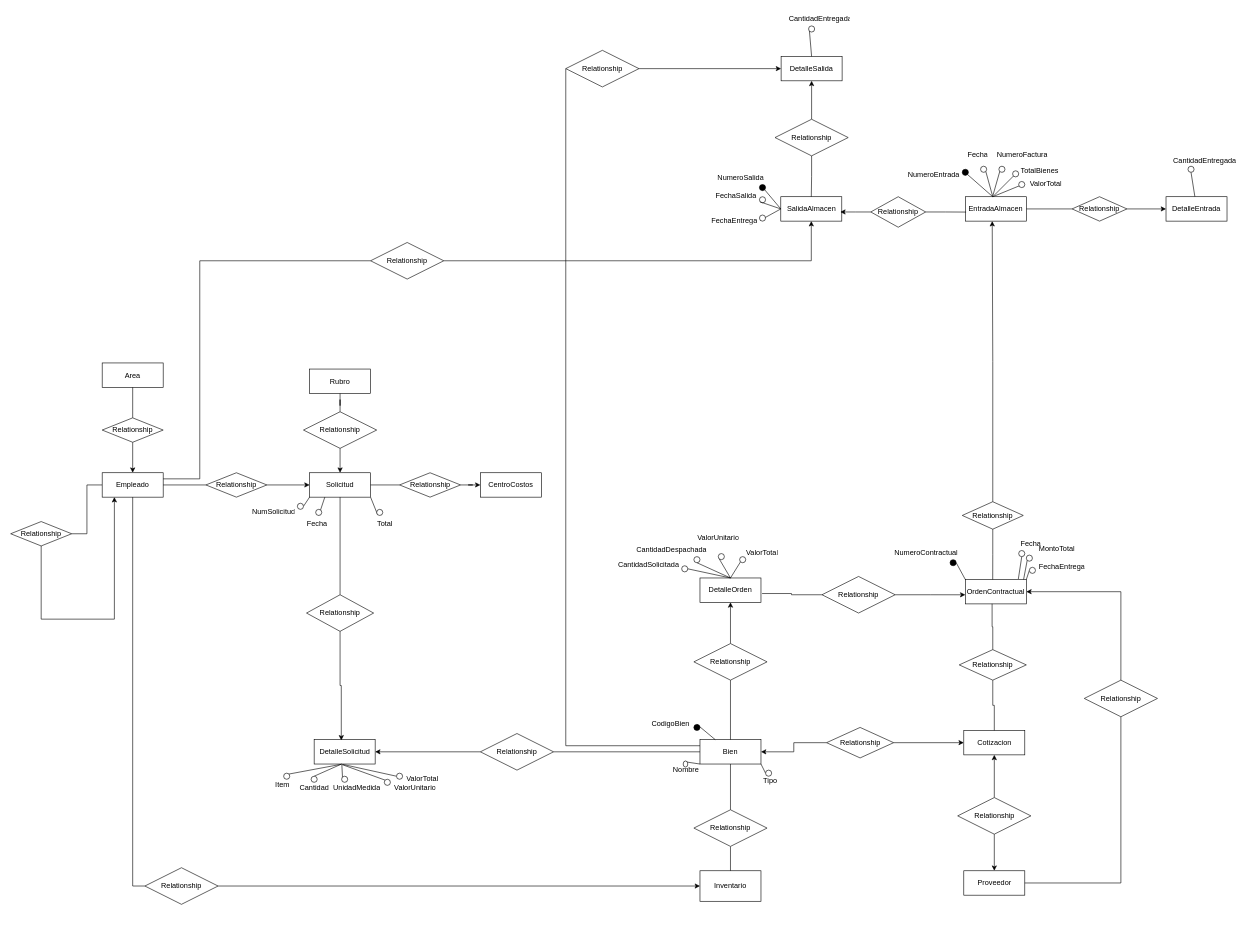
The draw.io diagram MER-SEMANA5/Ejercicio6-MER.drawio in Jose-An608/BASE_DATOS_1, before the edit. Source tidied: cells renumbered, new cells numbered last; positions are measured from the earlier drawing's top-left corner, leaving out a move shared by most shapes. Both pictures are drawn from the tidied source at 61%, with x=0, y=0 at pixel (10, 10).
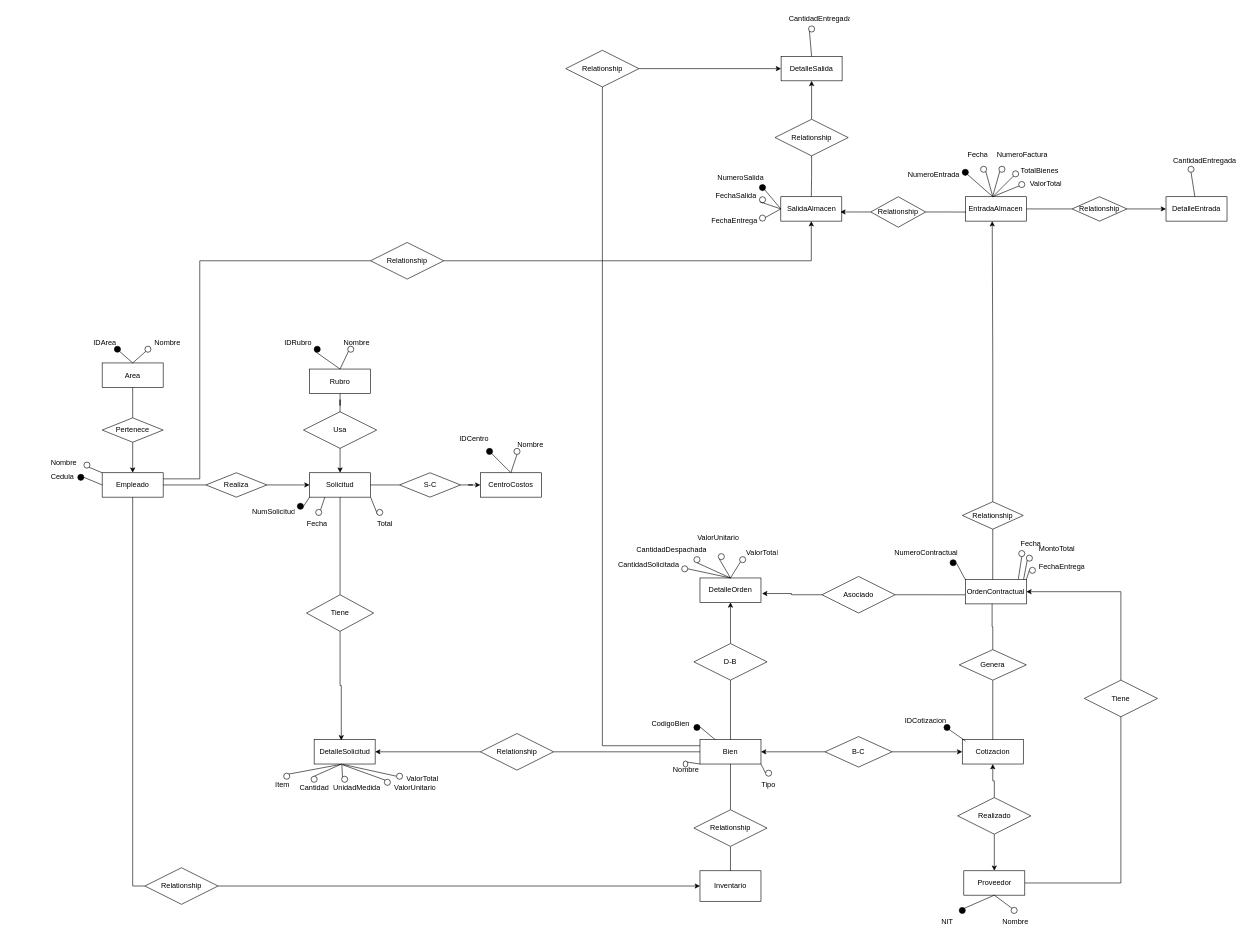
The same page after the edit.

The change refers to these unchanged cells:
```xml
<mxCell id="2" value="Area" style="whiteSpace=wrap;html=1;align=center;" parent="1" vertex="1">
  <mxGeometry x="150" y="577.5" width="100" height="40" as="geometry" />
</mxCell>
<mxCell id="4" value="Rubro" style="whiteSpace=wrap;html=1;align=center;" parent="1" vertex="1">
  <mxGeometry x="490" y="587.5" width="100" height="40" as="geometry" />
</mxCell>
<mxCell id="7" value="Empleado" style="whiteSpace=wrap;html=1;align=center;" parent="1" vertex="1">
  <mxGeometry x="150" y="757.5" width="100" height="40" as="geometry" />
</mxCell>
<mxCell id="8" value="CentroCostos" style="whiteSpace=wrap;html=1;align=center;" parent="1" vertex="1">
  <mxGeometry x="770" y="757.5" width="100" height="40" as="geometry" />
</mxCell>
<mxCell id="10" value="Bien" style="whiteSpace=wrap;html=1;align=center;" parent="1" vertex="1">
  <mxGeometry x="1130" y="1195" width="100" height="40" as="geometry" />
</mxCell>
<mxCell id="11" value="Proveedor" style="whiteSpace=wrap;html=1;align=center;" parent="1" vertex="1">
  <mxGeometry x="1562.5" y="1410" width="100" height="40" as="geometry" />
</mxCell>
<mxCell id="13" value="OrdenContractual" style="whiteSpace=wrap;html=1;align=center;" parent="1" vertex="1">
  <mxGeometry x="1565" y="932.5" width="100" height="40" as="geometry" />
</mxCell>
<mxCell id="56" style="ellipse;whiteSpace=wrap;html=1;align=center;direction=south;fillColor=#000000;" parent="1" vertex="1">
  <mxGeometry x="1120" y="1170" width="10" height="10" as="geometry" />
</mxCell>
<mxCell id="76" value="DetalleOrden" style="whiteSpace=wrap;html=1;align=center;" parent="1" vertex="1">
  <mxGeometry x="1130" y="930" width="100" height="40" as="geometry" />
</mxCell>
<mxCell id="157" value="Relationship" style="shape=rhombus;perimeter=rhombusPerimeter;whiteSpace=wrap;html=1;align=center;" parent="1" vertex="1">
  <mxGeometry x="910" y="65" width="120" height="60" as="geometry" />
</mxCell>
```

What changed in the source:
```diff
@@
-    <mxCell id="6" style="edgeStyle=orthogonalEdgeStyle;rounded=0;jettySize=auto;html=1;entryX=1;entryY=0.5;entryDx=0;entryDy=0;endArrow=none;endFill=0;" parent="1" edge="1" source="7" target="21">
-      <mxGeometry relative="1" as="geometry" />
-    </mxCell>
@@
     <mxCell id="12" value="Cotizacion" style="whiteSpace=wrap;html=1;align=center;" parent="1" vertex="1">
-      <mxGeometry x="1562.5" y="1180" width="100" height="40" as="geometry" />
+      <mxGeometry x="1560" y="1195" width="100" height="40" as="geometry" />
     </mxCell>
@@
-    <mxCell id="16" value="Relationship" style="shape=rhombus;perimeter=rhombusPerimeter;whiteSpace=wrap;html=1;align=center;" parent="1" vertex="1">
+    <mxCell id="16" value="Realiza" style="shape=rhombus;perimeter=rhombusPerimeter;whiteSpace=wrap;html=1;align=center;" parent="1" vertex="1">
       <mxGeometry x="320" y="757.5" width="100" height="40" as="geometry" />
     </mxCell>
@@
-    <mxCell id="19" value="Relationship" style="shape=rhombus;perimeter=rhombusPerimeter;whiteSpace=wrap;html=1;align=center;" parent="1" vertex="1">
+    <mxCell id="19" value="Pertenece" style="shape=rhombus;perimeter=rhombusPerimeter;whiteSpace=wrap;html=1;align=center;" parent="1" vertex="1">
       <mxGeometry x="150" y="667.5" width="100" height="40" as="geometry" />
     </mxCell>
-    <mxCell id="20" style="edgeStyle=orthogonalEdgeStyle;rounded=0;jettySize=auto;html=1;entryX=0.2;entryY=1;entryDx=0;entryDy=0;entryPerimeter=0;" parent="1" edge="1" source="21" target="7">
-      <mxGeometry relative="1" as="geometry">
-        <Array as="points">
-          <mxPoint x="50" y="997.5" />
-          <mxPoint x="170" y="997.5" />
-        </Array>
-      </mxGeometry>
-    </mxCell>
-    <mxCell id="21" value="Relationship" style="shape=rhombus;perimeter=rhombusPerimeter;whiteSpace=wrap;html=1;align=center;" parent="1" vertex="1">
-      <mxGeometry y="837.5" width="100" height="40" as="geometry" />
-    </mxCell>
@@
-    <mxCell id="24" value="Relationship" style="shape=rhombus;perimeter=rhombusPerimeter;whiteSpace=wrap;html=1;align=center;" parent="1" vertex="1">
+    <mxCell id="24" value="S-C" style="shape=rhombus;perimeter=rhombusPerimeter;whiteSpace=wrap;html=1;align=center;" parent="1" vertex="1">
       <mxGeometry x="637.5" y="757.5" width="100" height="40" as="geometry" />
     </mxCell>
@@
-    <mxCell id="28" style="ellipse;whiteSpace=wrap;html=1;align=center;" parent="1" vertex="1">
+    <mxCell id="28" style="ellipse;whiteSpace=wrap;html=1;align=center;fillColor=#000000;" parent="1" vertex="1">
       <mxGeometry x="470" y="807.5" width="10" height="10" as="geometry" />
     </mxCell>
@@
-    <mxCell id="35" value="Relationship" style="shape=rhombus;perimeter=rhombusPerimeter;whiteSpace=wrap;html=1;align=center;" parent="1" vertex="1">
+    <mxCell id="35" value="Tiene" style="shape=rhombus;perimeter=rhombusPerimeter;whiteSpace=wrap;html=1;align=center;" parent="1" vertex="1">
       <mxGeometry x="485" y="957.5" width="110" height="60" as="geometry" />
     </mxCell>
@@
     <mxCell id="63" value="Tipo" style="text;strokeColor=none;fillColor=none;spacingLeft=4;spacingRight=4;overflow=hidden;fontSize=12;whiteSpace=wrap;html=1;" parent="1" vertex="1">
-      <mxGeometry x="1227.5" y="1247.5" width="35" height="30" as="geometry" />
+      <mxGeometry x="1225" y="1255" width="35" height="30" as="geometry" />
     </mxCell>
@@
-    <mxCell id="66" value="Relationship" style="shape=rhombus;perimeter=rhombusPerimeter;whiteSpace=wrap;html=1;align=center;" parent="1" vertex="1">
+    <mxCell id="66" value="Usa" style="shape=rhombus;perimeter=rhombusPerimeter;whiteSpace=wrap;html=1;align=center;" parent="1" vertex="1">
       <mxGeometry x="480" y="657.5" width="120" height="60" as="geometry" />
     </mxCell>
@@
-    <mxCell id="69" value="Relationship" style="shape=rhombus;perimeter=rhombusPerimeter;whiteSpace=wrap;html=1;align=center;" parent="1" vertex="1">
+    <mxCell id="69" value="Realizado" style="shape=rhombus;perimeter=rhombusPerimeter;whiteSpace=wrap;html=1;align=center;" parent="1" vertex="1">
       <mxGeometry x="1552.5" y="1290" width="120" height="60" as="geometry" />
     </mxCell>
@@
-    <mxCell id="72" value="Relationship" style="shape=rhombus;perimeter=rhombusPerimeter;whiteSpace=wrap;html=1;align=center;" parent="1" vertex="1">
-      <mxGeometry x="1337.5" y="1175" width="110" height="50" as="geometry" />
+    <mxCell id="72" value="B-C" style="shape=rhombus;perimeter=rhombusPerimeter;whiteSpace=wrap;html=1;align=center;" parent="1" vertex="1">
+      <mxGeometry x="1335" y="1190" width="110" height="50" as="geometry" />
     </mxCell>
@@
-    <mxCell id="74" value="Relationship" style="shape=rhombus;perimeter=rhombusPerimeter;whiteSpace=wrap;html=1;align=center;" parent="1" vertex="1">
+    <mxCell id="74" value="Genera" style="shape=rhombus;perimeter=rhombusPerimeter;whiteSpace=wrap;html=1;align=center;" parent="1" vertex="1">
       <mxGeometry x="1555" y="1047.5" width="110" height="50" as="geometry" />
     </mxCell>
@@
-    <mxCell id="91" value="Relationship" style="shape=rhombus;perimeter=rhombusPerimeter;whiteSpace=wrap;html=1;align=center;" parent="1" vertex="1">
+    <mxCell id="91" value="D-B" style="shape=rhombus;perimeter=rhombusPerimeter;whiteSpace=wrap;html=1;align=center;" parent="1" vertex="1">
       <mxGeometry x="1120" y="1037.5" width="120" height="60" as="geometry" />
     </mxCell>
-    <mxCell id="92" value="Relationship" style="shape=rhombus;perimeter=rhombusPerimeter;whiteSpace=wrap;html=1;align=center;" parent="1" vertex="1">
+    <mxCell id="92" value="Asociado" style="shape=rhombus;perimeter=rhombusPerimeter;whiteSpace=wrap;html=1;align=center;" parent="1" vertex="1">
       <mxGeometry x="1330" y="927.5" width="120" height="60" as="geometry" />
     </mxCell>
-    <mxCell id="93" style="edgeStyle=orthogonalEdgeStyle;rounded=0;jettySize=auto;html=1;entryX=0;entryY=0.627;entryDx=0;entryDy=0;entryPerimeter=0;" parent="1" edge="1" source="92" target="13">
+    <mxCell id="93" style="edgeStyle=orthogonalEdgeStyle;rounded=0;jettySize=auto;html=1;entryX=0;entryY=0.627;entryDx=0;entryDy=0;entryPerimeter=0;endArrow=none;endFill=0;" parent="1" edge="1" source="92" target="13">
       <mxGeometry relative="1" as="geometry" />
     </mxCell>
-    <mxCell id="94" style="edgeStyle=orthogonalEdgeStyle;rounded=0;jettySize=auto;html=1;entryX=1.018;entryY=0.637;entryDx=0;entryDy=0;entryPerimeter=0;endArrow=none;endFill=0;" parent="1" edge="1" source="92" target="76">
+    <mxCell id="94" style="edgeStyle=orthogonalEdgeStyle;rounded=0;jettySize=auto;html=1;entryX=1.018;entryY=0.637;entryDx=0;entryDy=0;entryPerimeter=0;endArrow=classic;endFill=1;" parent="1" edge="1" source="92" target="76">
       <mxGeometry relative="1" as="geometry" />
     </mxCell>
@@
-    <mxCell id="109" value="Relationship" style="shape=rhombus;perimeter=rhombusPerimeter;whiteSpace=wrap;html=1;align=center;" parent="1" vertex="1">
+    <mxCell id="109" value="Tiene" style="shape=rhombus;perimeter=rhombusPerimeter;whiteSpace=wrap;html=1;align=center;" parent="1" vertex="1">
       <mxGeometry x="1760" y="1097.5" width="120" height="60" as="geometry" />
     </mxCell>
@@
     <mxCell id="155" style="edgeStyle=orthogonalEdgeStyle;rounded=0;jettySize=auto;html=1;entryX=0;entryY=0.25;entryDx=0;entryDy=0;endArrow=none;endFill=0;" parent="1" edge="1" source="157" target="10">
       <mxGeometry relative="1" as="geometry">
         <Array as="points">
-          <mxPoint x="910" y="1205" />
+          <mxPoint x="970" y="1205" />
         </Array>
       </mxGeometry>
     </mxCell>
@@
+    <mxCell id="168" style="endArrow=none;html=1;rounded=0;entryX=0.5;entryY=0;entryDx=0;entryDy=0;exitX=1;exitY=1;exitDx=0;exitDy=0;" parent="1" edge="1" source="169" target="2">
+      <mxGeometry relative="1" as="geometry" />
+    </mxCell>
+    <mxCell id="169" style="ellipse;whiteSpace=wrap;html=1;align=center;fillColor=#000000;" parent="1" vertex="1">
+      <mxGeometry x="170" y="550" width="10" height="10" as="geometry" />
+    </mxCell>
+    <mxCell id="170" value="IDArea" style="text;strokeColor=none;fillColor=none;spacingLeft=4;spacingRight=4;overflow=hidden;fontSize=12;whiteSpace=wrap;html=1;" parent="1" vertex="1">
+      <mxGeometry x="130" y="530" width="50" height="30" as="geometry" />
+    </mxCell>
+    <mxCell id="171" style="ellipse;whiteSpace=wrap;html=1;align=center;" parent="1" vertex="1">
+      <mxGeometry x="220" y="550" width="10" height="10" as="geometry" />
+    </mxCell>
+    <mxCell id="172" style="endArrow=none;html=1;rounded=0;entryX=0;entryY=1;entryDx=0;entryDy=0;exitX=0.5;exitY=0;exitDx=0;exitDy=0;" parent="1" edge="1" source="2" target="171">
+      <mxGeometry relative="1" as="geometry" />
+    </mxCell>
+    <mxCell id="173" value="Nombre" style="text;strokeColor=none;fillColor=none;spacingLeft=4;spacingRight=4;overflow=hidden;fontSize=12;whiteSpace=wrap;html=1;" parent="1" vertex="1">
+      <mxGeometry x="230" y="530" width="60" height="30" as="geometry" />
+    </mxCell>
+    <mxCell id="174" style="endArrow=none;html=1;rounded=0;entryX=1;entryY=1;entryDx=0;entryDy=0;exitX=0;exitY=0;exitDx=0;exitDy=0;" parent="1" edge="1" source="7" target="175">
+      <mxGeometry relative="1" as="geometry" />
+    </mxCell>
+    <mxCell id="175" style="ellipse;whiteSpace=wrap;html=1;align=center;" parent="1" vertex="1">
+      <mxGeometry x="120" y="740" width="10" height="10" as="geometry" />
+    </mxCell>
+    <mxCell id="176" value="Nombre" style="text;strokeColor=none;fillColor=none;spacingLeft=4;spacingRight=4;overflow=hidden;fontSize=12;whiteSpace=wrap;html=1;" parent="1" vertex="1">
+      <mxGeometry x="60" y="727.5" width="60" height="30" as="geometry" />
+    </mxCell>
+    <mxCell id="177" style="endArrow=none;html=1;rounded=0;entryX=1;entryY=0.5;entryDx=0;entryDy=0;exitX=0;exitY=0.5;exitDx=0;exitDy=0;" parent="1" edge="1" source="7" target="178">
+      <mxGeometry relative="1" as="geometry" />
+    </mxCell>
+    <mxCell id="178" style="ellipse;whiteSpace=wrap;html=1;align=center;fillColor=#000000;" parent="1" vertex="1">
+      <mxGeometry x="110" y="760" width="10" height="10" as="geometry" />
+    </mxCell>
+    <mxCell id="179" value="Cedula" style="text;strokeColor=none;fillColor=none;spacingLeft=4;spacingRight=4;overflow=hidden;fontSize=12;whiteSpace=wrap;html=1;" parent="1" vertex="1">
+      <mxGeometry x="60" y="750" width="80" height="30" as="geometry" />
+    </mxCell>
+    <mxCell id="180" style="endArrow=none;html=1;rounded=0;entryX=1;entryY=1;entryDx=0;entryDy=0;exitX=0.5;exitY=0;exitDx=0;exitDy=0;" parent="1" edge="1" source="8" target="181">
+      <mxGeometry relative="1" as="geometry" />
+    </mxCell>
+    <mxCell id="181" style="ellipse;whiteSpace=wrap;html=1;align=center;fillColor=#000000;" parent="1" vertex="1">
+      <mxGeometry x="780" y="717.5" width="10" height="10" as="geometry" />
+    </mxCell>
+    <mxCell id="182" value="IDCentro" style="text;strokeColor=none;fillColor=none;spacingLeft=4;spacingRight=4;overflow=hidden;fontSize=12;whiteSpace=wrap;html=1;" parent="1" vertex="1">
+      <mxGeometry x="730" y="687.5" width="60" height="30" as="geometry" />
+    </mxCell>
+    <mxCell id="183" style="endArrow=none;html=1;rounded=0;entryX=0.5;entryY=1;entryDx=0;entryDy=0;exitX=0.5;exitY=0;exitDx=0;exitDy=0;" parent="1" edge="1" source="8" target="184">
+      <mxGeometry relative="1" as="geometry" />
+    </mxCell>
+    <mxCell id="184" style="ellipse;whiteSpace=wrap;html=1;align=center;fillColor=#FFFFFF;" parent="1" vertex="1">
+      <mxGeometry x="825" y="717.5" width="10" height="10" as="geometry" />
+    </mxCell>
+    <mxCell id="185" value="Nombre" style="text;strokeColor=none;fillColor=none;spacingLeft=4;spacingRight=4;overflow=hidden;fontSize=12;whiteSpace=wrap;html=1;" parent="1" vertex="1">
+      <mxGeometry x="825" y="697.5" width="60" height="30" as="geometry" />
+    </mxCell>
+    <mxCell id="186" style="endArrow=none;html=1;rounded=0;exitX=0.5;exitY=0;exitDx=0;exitDy=0;entryX=0;entryY=1;entryDx=0;entryDy=0;" parent="1" edge="1" source="4" target="187">
+      <mxGeometry relative="1" as="geometry" />
+    </mxCell>
+    <mxCell id="187" style="ellipse;whiteSpace=wrap;html=1;align=center;fillColor=#000000;" parent="1" vertex="1">
+      <mxGeometry x="497.5" y="550" width="10" height="10" as="geometry" />
+    </mxCell>
+    <mxCell id="188" value="IDRubro" style="text;strokeColor=none;fillColor=none;spacingLeft=4;spacingRight=4;overflow=hidden;fontSize=12;whiteSpace=wrap;html=1;" parent="1" vertex="1">
+      <mxGeometry x="442.5" y="530" width="60" height="30" as="geometry" />
+    </mxCell>
+    <mxCell id="189" style="endArrow=none;html=1;rounded=0;exitX=0.5;exitY=0;exitDx=0;exitDy=0;entryX=0.242;entryY=0.59;entryDx=0;entryDy=0;entryPerimeter=0;" parent="1" edge="1" source="4" target="191">
+      <mxGeometry relative="1" as="geometry" />
+    </mxCell>
+    <mxCell id="190" value="Nombre" style="text;strokeColor=none;fillColor=none;spacingLeft=4;spacingRight=4;overflow=hidden;fontSize=12;whiteSpace=wrap;html=1;" parent="1" vertex="1">
+      <mxGeometry x="540" y="530" width="60" height="30" as="geometry" />
+    </mxCell>
+    <mxCell id="191" style="ellipse;whiteSpace=wrap;html=1;align=center;" parent="1" vertex="1">
+      <mxGeometry x="552.5" y="550" width="10" height="10" as="geometry" />
+    </mxCell>
+    <mxCell id="192" style="endArrow=none;html=1;rounded=0;exitX=0.054;exitY=0.059;exitDx=0;exitDy=0;exitPerimeter=0;entryX=1;entryY=1;entryDx=0;entryDy=0;" parent="1" edge="1" source="12" target="195">
+      <mxGeometry relative="1" as="geometry" />
+    </mxCell>
+    <mxCell id="193" style="edgeStyle=orthogonalEdgeStyle;rounded=0;orthogonalLoop=1;jettySize=auto;html=1;exitX=0.5;exitY=0;exitDx=0;exitDy=0;entryX=0.5;entryY=1;entryDx=0;entryDy=0;" parent="1" edge="1" source="56" target="56">
+      <mxGeometry relative="1" as="geometry" />
+    </mxCell>
+    <mxCell id="194" value="IDCotizacion" style="text;strokeColor=none;fillColor=none;spacingLeft=4;spacingRight=4;overflow=hidden;fontSize=12;whiteSpace=wrap;html=1;" parent="1" vertex="1">
+      <mxGeometry x="1460" y="1150" width="80" height="30" as="geometry" />
+    </mxCell>
+    <mxCell id="195" style="ellipse;whiteSpace=wrap;html=1;align=center;fillColor=#000000;" parent="1" vertex="1">
+      <mxGeometry x="1530" y="1170" width="10" height="10" as="geometry" />
+    </mxCell>
+    <mxCell id="196" style="endArrow=none;html=1;rounded=0;entryX=0.5;entryY=1;entryDx=0;entryDy=0;exitX=1;exitY=0;exitDx=0;exitDy=0;" parent="1" edge="1" source="198" target="11">
+      <mxGeometry relative="1" as="geometry" />
+    </mxCell>
+    <mxCell id="197" value="NIT" style="text;strokeColor=none;fillColor=none;spacingLeft=4;spacingRight=4;overflow=hidden;fontSize=12;whiteSpace=wrap;html=1;" parent="1" vertex="1">
+      <mxGeometry x="1520" y="1480" width="80" height="30" as="geometry" />
+    </mxCell>
+    <mxCell id="198" style="ellipse;whiteSpace=wrap;html=1;align=center;fillColor=#000000;" parent="1" vertex="1">
+      <mxGeometry x="1555" y="1470" width="10" height="10" as="geometry" />
+    </mxCell>
+    <mxCell id="199" style="endArrow=none;html=1;rounded=0;entryX=0.5;entryY=1;entryDx=0;entryDy=0;exitX=0;exitY=0;exitDx=0;exitDy=0;" parent="1" edge="1" source="201" target="11">
+      <mxGeometry relative="1" as="geometry" />
+    </mxCell>
+    <mxCell id="200" value="Nombre" style="text;strokeColor=none;fillColor=none;spacingLeft=4;spacingRight=4;overflow=hidden;fontSize=12;whiteSpace=wrap;html=1;" parent="1" vertex="1">
+      <mxGeometry x="1620" y="1480" width="80" height="30" as="geometry" />
+    </mxCell>
+    <mxCell id="201" style="ellipse;whiteSpace=wrap;html=1;align=center;" parent="1" vertex="1">
+      <mxGeometry x="1640" y="1470" width="10" height="10" as="geometry" />
+    </mxCell>
```
